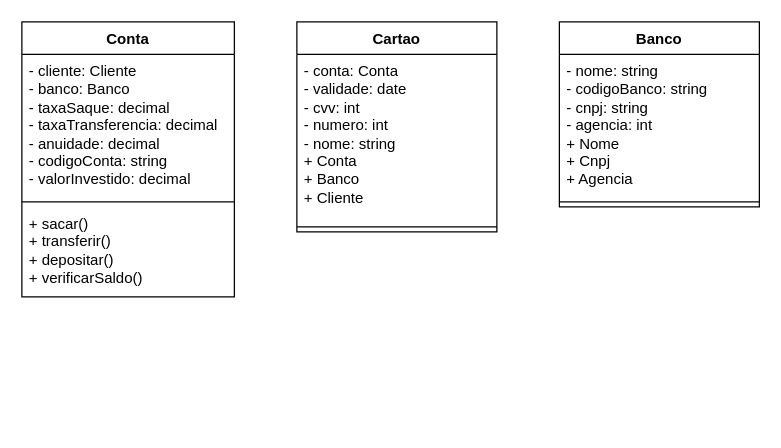
IamArthurGama/OOP-Abstract-Classes keeps this draw.io diagram as Classes Abstratas - POO.drawio. Above is the earlier version. Source tidied: cells renumbered, new cells numbered last; positions are measured from the earlier drawing's top-left corner, leaving out a move shared by most shapes. Both pictures are drawn from the tidied source at 125%, with x=0, y=0 at pixel (21, 21).
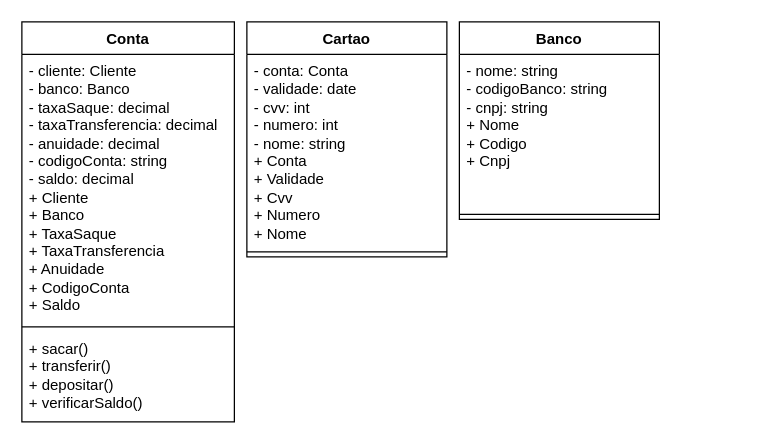
After the change.

Change to the diagram source:
```diff
@@
 <mxGraphModel>
   <root>
     <mxCell id="0" />
     <mxCell id="1" parent="0" />
     <mxCell id="2" value="Conta" style="swimlane;fontStyle=1;align=center;verticalAlign=top;horizontal=1;startSize=26;whiteSpace=wrap;html=1;" parent="1" vertex="1">
-      <mxGeometry width="170" height="220" as="geometry" />
+      <mxGeometry width="170" height="320" as="geometry" />
     </mxCell>
-    <mxCell id="3" value="- cliente: Cliente&lt;div&gt;- banco: Banco&lt;/div&gt;&lt;div&gt;- taxaSaque: decimal&lt;/div&gt;&lt;div&gt;- taxaTransferencia: decimal&lt;/div&gt;&lt;div&gt;- anuidade: decimal&lt;/div&gt;&lt;div&gt;- codigoConta: string&lt;/div&gt;&lt;div&gt;- valorInvestido: decimal&lt;/div&gt;" style="text;strokeColor=none;fillColor=none;align=left;verticalAlign=top;spacingLeft=4;spacingRight=4;overflow=hidden;whiteSpace=wrap;html=1;" parent="2" vertex="1">
-      <mxGeometry y="26" width="170" height="114" as="geometry" />
+    <mxCell id="3" value="- cliente: Cliente&lt;div&gt;- banco: Banco&lt;/div&gt;&lt;div&gt;- taxaSaque: decimal&lt;/div&gt;&lt;div&gt;- taxaTransferencia: decimal&lt;/div&gt;&lt;div&gt;- anuidade: decimal&lt;/div&gt;&lt;div&gt;- codigoConta: string&lt;/div&gt;&lt;div&gt;- saldo: decimal&lt;/div&gt;&lt;div&gt;+ Cliente&lt;/div&gt;&lt;div&gt;+ Banco&lt;/div&gt;&lt;div&gt;+ TaxaSaque&lt;/div&gt;&lt;div&gt;+ TaxaTransferencia&lt;/div&gt;&lt;div&gt;+ Anuidade&lt;/div&gt;&lt;div&gt;+ CodigoConta&lt;/div&gt;&lt;div&gt;+ Saldo&lt;/div&gt;" style="text;strokeColor=none;fillColor=none;align=left;verticalAlign=top;spacingLeft=4;spacingRight=4;overflow=hidden;whiteSpace=wrap;html=1;" parent="2" vertex="1">
+      <mxGeometry y="26" width="170" height="214" as="geometry" />
     </mxCell>
     <mxCell id="4" style="line;strokeWidth=1;fillColor=none;align=left;verticalAlign=middle;spacingTop=-1;spacingLeft=3;spacingRight=3;labelPosition=right;strokeColor=inherit;" parent="2" vertex="1">
-      <mxGeometry y="140" width="170" height="8" as="geometry" />
+      <mxGeometry y="240" width="170" height="8" as="geometry" />
     </mxCell>
     <mxCell id="5" value="+ sacar()&lt;div&gt;+ transferir()&lt;/div&gt;&lt;div&gt;+ depositar()&lt;/div&gt;&lt;div&gt;+ verificarSaldo()&lt;/div&gt;" style="text;strokeColor=none;fillColor=none;align=left;verticalAlign=top;spacingLeft=4;spacingRight=4;overflow=hidden;whiteSpace=wrap;html=1;" parent="2" vertex="1">
-      <mxGeometry y="148" width="170" height="72" as="geometry" />
+      <mxGeometry y="248" width="170" height="72" as="geometry" />
     </mxCell>
     <mxCell id="6" value="Cartao" style="swimlane;fontStyle=1;align=center;verticalAlign=top;horizontal=1;startSize=26;whiteSpace=wrap;html=1;" parent="1" vertex="1">
-      <mxGeometry x="220" width="160" height="168" as="geometry" />
+      <mxGeometry x="180" width="160" height="188" as="geometry" />
     </mxCell>
-    <mxCell id="7" value="- conta: Conta&lt;div&gt;&lt;div&gt;- validade: date&lt;/div&gt;&lt;div&gt;- cvv: int&lt;/div&gt;&lt;div&gt;- numero: int&lt;/div&gt;&lt;div&gt;- nome: string&lt;/div&gt;&lt;div&gt;+ Conta&lt;/div&gt;&lt;div&gt;+ Banco&lt;/div&gt;&lt;div&gt;+ Cliente&lt;/div&gt;&lt;div&gt;&lt;br&gt;&lt;/div&gt;&lt;/div&gt;" style="text;strokeColor=none;fillColor=none;align=left;verticalAlign=top;spacingLeft=4;spacingRight=4;overflow=hidden;whiteSpace=wrap;html=1;" parent="6" vertex="1">
-      <mxGeometry y="26" width="160" height="134" as="geometry" />
+    <mxCell id="7" value="- conta: Conta&lt;div&gt;&lt;div&gt;- validade: date&lt;/div&gt;&lt;div&gt;- cvv: int&lt;/div&gt;&lt;div&gt;- numero: int&lt;/div&gt;&lt;div&gt;- nome: string&lt;/div&gt;&lt;div&gt;+ Conta&lt;/div&gt;&lt;div&gt;+ Validade&lt;/div&gt;&lt;div&gt;+ Cvv&lt;/div&gt;&lt;div&gt;+ Numero&lt;/div&gt;&lt;div&gt;+ Nome&lt;/div&gt;&lt;div&gt;&lt;br&gt;&lt;/div&gt;&lt;/div&gt;" style="text;strokeColor=none;fillColor=none;align=left;verticalAlign=top;spacingLeft=4;spacingRight=4;overflow=hidden;whiteSpace=wrap;html=1;" parent="6" vertex="1">
+      <mxGeometry y="26" width="160" height="154" as="geometry" />
     </mxCell>
     <mxCell id="8" style="line;strokeWidth=1;fillColor=none;align=left;verticalAlign=middle;spacingTop=-1;spacingLeft=3;spacingRight=3;labelPosition=right;strokeColor=inherit;" parent="6" vertex="1">
-      <mxGeometry y="160" width="160" height="8" as="geometry" />
+      <mxGeometry y="180" width="160" height="8" as="geometry" />
     </mxCell>
     <mxCell id="9" value="Banco" style="swimlane;fontStyle=1;align=center;verticalAlign=top;horizontal=1;startSize=26;whiteSpace=wrap;html=1;" parent="1" vertex="1">
-      <mxGeometry x="430" width="160" height="148" as="geometry" />
+      <mxGeometry x="350" width="160" height="158" as="geometry" />
     </mxCell>
-    <mxCell id="10" value="- nome: string&lt;div&gt;- codigoBanco: string&lt;/div&gt;&lt;div&gt;- cnpj: string&lt;/div&gt;&lt;div&gt;- agencia: int&lt;/div&gt;&lt;div&gt;+ Nome&lt;/div&gt;&lt;div&gt;+ Cnpj&lt;/div&gt;&lt;div&gt;+ Agencia&lt;/div&gt;" style="text;strokeColor=none;fillColor=none;align=left;verticalAlign=top;spacingLeft=4;spacingRight=4;overflow=hidden;whiteSpace=wrap;html=1;" parent="9" vertex="1">
-      <mxGeometry y="26" width="160" height="114" as="geometry" />
+    <mxCell id="10" value="- nome: string&lt;div&gt;- codigoBanco: string&lt;/div&gt;&lt;div&gt;- cnpj: string&lt;/div&gt;&lt;div&gt;+ Nome&lt;/div&gt;&lt;div&gt;+ Codigo&lt;/div&gt;&lt;div&gt;+ Cnpj&lt;/div&gt;&lt;div&gt;&lt;br&gt;&lt;/div&gt;" style="text;strokeColor=none;fillColor=none;align=left;verticalAlign=top;spacingLeft=4;spacingRight=4;overflow=hidden;whiteSpace=wrap;html=1;" parent="9" vertex="1">
+      <mxGeometry y="26" width="160" height="124" as="geometry" />
     </mxCell>
     <mxCell id="11" style="line;strokeWidth=1;fillColor=none;align=left;verticalAlign=middle;spacingTop=-1;spacingLeft=3;spacingRight=3;labelPosition=right;strokeColor=inherit;" parent="9" vertex="1">
-      <mxGeometry y="140" width="160" height="8" as="geometry" />
+      <mxGeometry y="150" width="160" height="8" as="geometry" />
     </mxCell>
   </root>
 </mxGraphModel>
```
